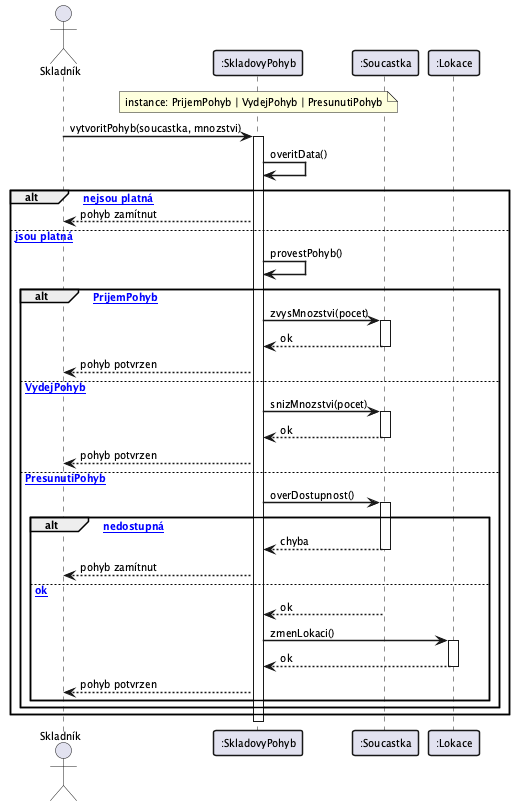
Earlier version of the PlantUML export docs/images/13_sequence_pohyb.png (lkvapil/kOdevzdaniProjektWMS).
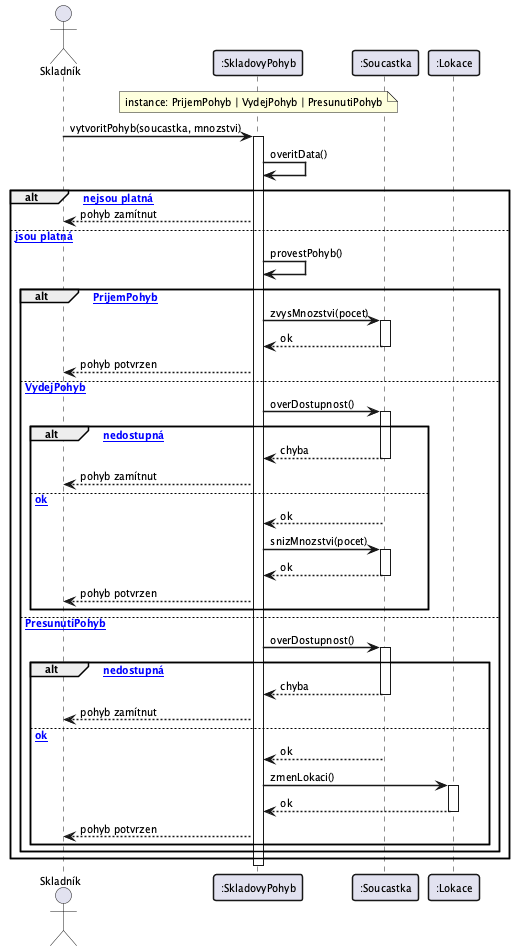
After the change.

What changed in the source:
```diff
@@ -29,11 +29,21 @@
         Pohyb --> Uzivatel : pohyb potvrzen
 
     else [VydejPohyb]
-        Pohyb -> Soucastka : snizMnozstvi(pocet)
+        Pohyb -> Soucastka : overDostupnost()
         activate Soucastka
-        Soucastka --> Pohyb : ok
-        deactivate Soucastka
-        Pohyb --> Uzivatel : pohyb potvrzen
+        alt [součástka nedostupná]
+            Soucastka --> Pohyb : chyba
+            deactivate Soucastka
+            Pohyb --> Uzivatel : pohyb zamítnut
+        else [ok]
+            Soucastka --> Pohyb : ok
+            deactivate Soucastka
+            Pohyb -> Soucastka : snizMnozstvi(pocet)
+            activate Soucastka
+            Soucastka --> Pohyb : ok
+            deactivate Soucastka
+            Pohyb --> Uzivatel : pohyb potvrzen
+        end
 
     else [PresunutiPohyb]
         Pohyb -> Soucastka : overDostupnost()
```
